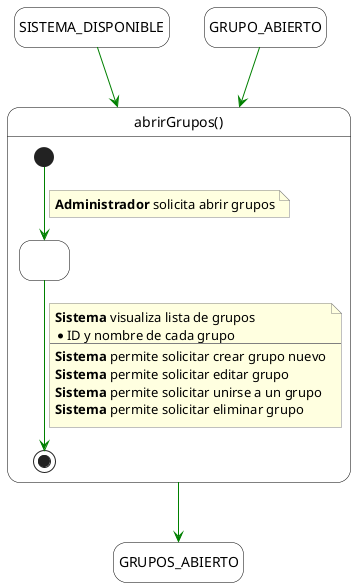
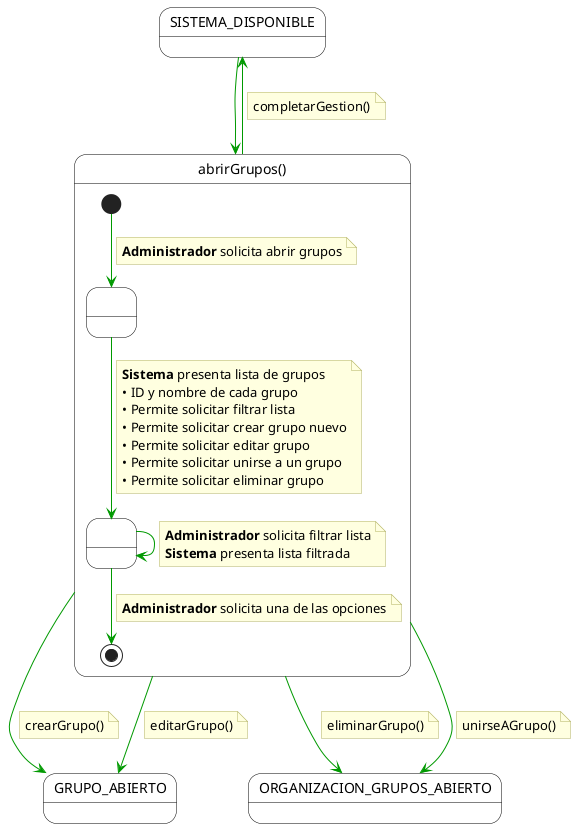
@startuml
- hide empty description
+ ' Configuración visual idéntica al ejemplo
+ skinparam monochrome false
+ skinparam shadow false
+ top to bottom direction

- ' Estilos visuales
skinparam state {
    BackgroundColor White
    BorderColor Black
-     ArrowColor Green
- }
- skinparam note {
-     BackgroundColor LightYellow
-     BorderColor Gray
+     ArrowColor #009900
+     StartColor Black
+     EndColor Black
}

- ' 1. Estados de Entrada (Arriba)
+ skinparam note {
+     BackgroundColor #FFFFE0
+     BorderColor #B0B060
+     FontName Arial
+ }
+ 
+ ' Estado inicial externo
state SISTEMA_DISPONIBLE
- state GRUPO_ABIERTO

- ' 2. Estado de Salida (Abajo)
- state GRUPOS_ABIERTO
+ ' Estado compuesto
+ state "abrirGrupos()" as AbrirGruposContainer {
+     top to bottom direction

- ' 3. Estado compuesto principal: abrirGrupos()
- state "abrirGrupos()" as MainBlock {
+     ' Estados de anclaje internos (sin nombre visible)
+     state " " as PasoInicial
+     state " " as PasoLista

-     ' Inicio del bloque
-     [*] --> Paso1
+     ' 1. Inicio -> Solicitud
+     [*] --> PasoInicial
    note on link
-         ' Verbo del Actor
        **Administrador** solicita abrir grupos
    end note

-     ' Estado intermedio invisible (para separar visualmente)
-     state Paso1 as " "
+     ' 2. Solicitud -> Presentación de lista
+     PasoInicial --> PasoLista
+     note on link
+         **Sistema** presenta lista de grupos
+         • ID y nombre de cada grupo
+         • Permite solicitar filtrar lista
+         • Permite solicitar crear grupo nuevo
+         • Permite solicitar editar grupo
+         • Permite solicitar unirse a un grupo
+         • Permite solicitar eliminar grupo
+     end note

-     ' Fin del bloque
-     Paso1 --> [*]
+     ' 3. Bucle de Filtrado (Self-transition)
+     PasoLista -right-> PasoLista
    note on link
-         ' Verbos del Sistema
-         **Sistema** visualiza lista de grupos
-         * ID y nombre de cada grupo
-         ----
-         **Sistema** permite solicitar crear grupo nuevo
-         **Sistema** permite solicitar editar grupo
-         **Sistema** permite solicitar unirse a un grupo
-         **Sistema** permite solicitar eliminar grupo
+         **Administrador** solicita filtrar lista
+         **Sistema** presenta lista filtrada
+     end note
+ 
+     ' 4. Selección de opción -> Fin interno
+     PasoLista --> [*]
+     note on link
+         **Administrador** solicita una de las opciones
    end note
}

- ' 4. Conexiones
- ' Ambas entradas llevan al bloque principal
- SISTEMA_DISPONIBLE -down-> MainBlock
- GRUPO_ABIERTO -down-> MainBlock
+ ' Estados finales externos
+ state GRUPO_ABIERTO
+ state ORGANIZACION_GRUPOS_ABIERTO

- ' El bloque principal lleva al estado final
- MainBlock -down-> GRUPOS_ABIERTO
+ ' Transición de entrada
+ SISTEMA_DISPONIBLE --> AbrirGruposContainer
+ 
+ ' Transiciones de salida (Acciones)
+ ' Se usan notas en los links para simular el estilo del ejemplo
+ 
+ AbrirGruposContainer --> GRUPO_ABIERTO
+ note on link
+   crearGrupo()
+ end note
+ 
+ AbrirGruposContainer --> GRUPO_ABIERTO
+ note on link
+   editarGrupo()
+ end note
+ 
+ AbrirGruposContainer --> ORGANIZACION_GRUPOS_ABIERTO
+ note on link
+   eliminarGrupo()
+ end note
+ 
+ AbrirGruposContainer --> ORGANIZACION_GRUPOS_ABIERTO
+ note on link
+   unirseAGrupo()
+ end note
+ 
+ AbrirGruposContainer --> SISTEMA_DISPONIBLE
+ note on link
+   completarGestion()
+ end note

@enduml